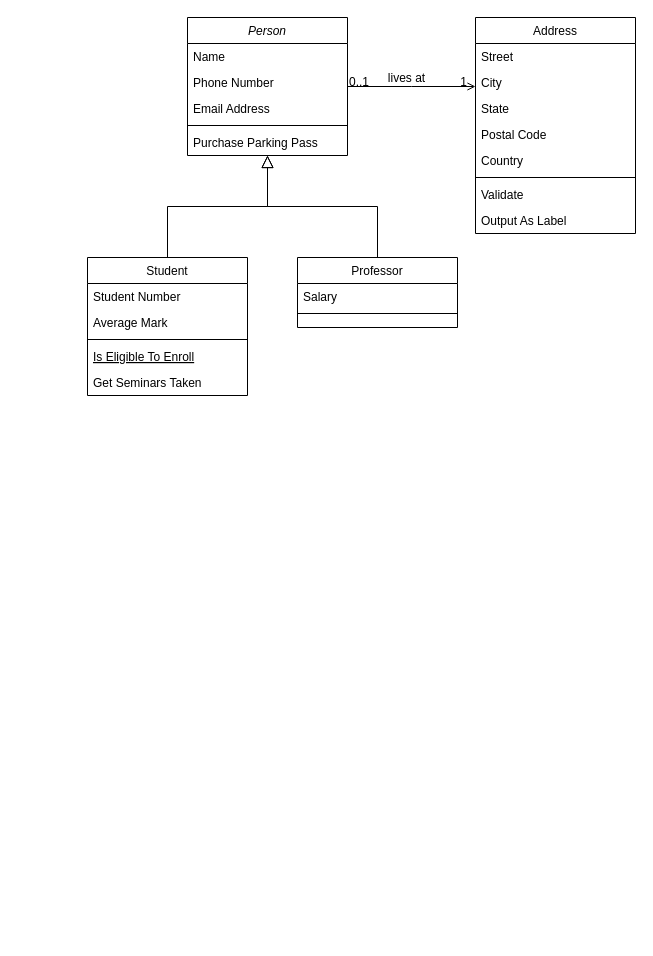
Earlier version of the draw.io diagram Diagrama sin título.drawio (Alafresh/CsharpPlayersGuide). Source tidied: cells renumbered, new cells numbered last; positions are measured from the earlier drawing's top-left corner, leaving out a move shared by most shapes. Both pictures are drawn from the tidied source at 100%, with x=0, y=0 at pixel (87, 17).
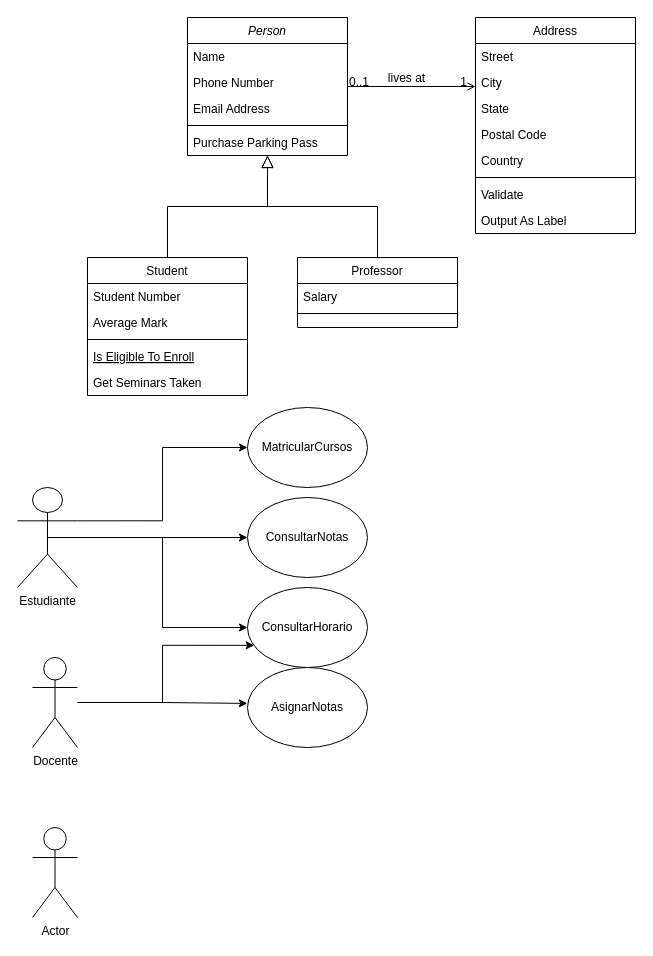
Above is the later version.

The edit, as a diff of the source:
```diff
@@
+    <mxCell id="32" style="edgeStyle=orthogonalEdgeStyle;rounded=0;jettySize=auto;html=1;exitX=0.5;exitY=0.5;exitDx=0;exitDy=0;exitPerimeter=0;" parent="1" edge="1" source="35" target="40">
+      <mxGeometry relative="1" as="geometry" />
+    </mxCell>
+    <mxCell id="33" style="edgeStyle=orthogonalEdgeStyle;rounded=0;jettySize=auto;html=1;exitX=1;exitY=0.3333333333333333;exitDx=0;exitDy=0;exitPerimeter=0;" parent="1" edge="1" source="35" target="42">
+      <mxGeometry relative="1" as="geometry" />
+    </mxCell>
+    <mxCell id="34" style="edgeStyle=orthogonalEdgeStyle;rounded=0;jettySize=auto;html=1;" parent="1" edge="1" source="35" target="43">
+      <mxGeometry relative="1" as="geometry" />
+    </mxCell>
+    <mxCell id="35" value="Estudiante" style="shape=umlActor;verticalLabelPosition=bottom;verticalAlign=top;html=1;outlineConnect=0;" parent="1" vertex="1">
+      <mxGeometry x="-70" y="470" width="60" height="100" as="geometry" />
+    </mxCell>
+    <mxCell id="36" style="edgeStyle=orthogonalEdgeStyle;rounded=0;jettySize=auto;html=1;entryX=-0.002;entryY=0.449;entryDx=0;entryDy=0;entryPerimeter=0;" parent="1" edge="1" source="38" target="41">
+      <mxGeometry relative="1" as="geometry" />
+    </mxCell>
+    <mxCell id="37" style="edgeStyle=orthogonalEdgeStyle;rounded=0;jettySize=auto;html=1;entryX=0.056;entryY=0.723;entryDx=0;entryDy=0;entryPerimeter=0;" parent="1" edge="1" source="38" target="43">
+      <mxGeometry relative="1" as="geometry" />
+    </mxCell>
+    <mxCell id="38" value="Docente&lt;br&gt;" style="shape=umlActor;verticalLabelPosition=bottom;verticalAlign=top;html=1;outlineConnect=0;" parent="1" vertex="1">
+      <mxGeometry x="-55" y="640" width="45" height="90" as="geometry" />
+    </mxCell>
+    <mxCell id="39" value="Actor" style="shape=umlActor;verticalLabelPosition=bottom;verticalAlign=top;html=1;" parent="1" vertex="1">
+      <mxGeometry x="-55" y="810" width="45" height="90" as="geometry" />
+    </mxCell>
+    <mxCell id="40" value="ConsultarNotas" style="ellipse;whiteSpace=wrap;html=1;" parent="1" vertex="1">
+      <mxGeometry x="160" y="480" width="120" height="80" as="geometry" />
+    </mxCell>
+    <mxCell id="41" value="AsignarNotas" style="ellipse;whiteSpace=wrap;html=1;" parent="1" vertex="1">
+      <mxGeometry x="160" y="650" width="120" height="80" as="geometry" />
+    </mxCell>
+    <mxCell id="42" value="MatricularCursos" style="ellipse;whiteSpace=wrap;html=1;" parent="1" vertex="1">
+      <mxGeometry x="160" y="390" width="120" height="80" as="geometry" />
+    </mxCell>
+    <mxCell id="43" value="ConsultarHorario" style="ellipse;whiteSpace=wrap;html=1;" parent="1" vertex="1">
+      <mxGeometry x="160" y="570" width="120" height="80" as="geometry" />
+    </mxCell>
```
